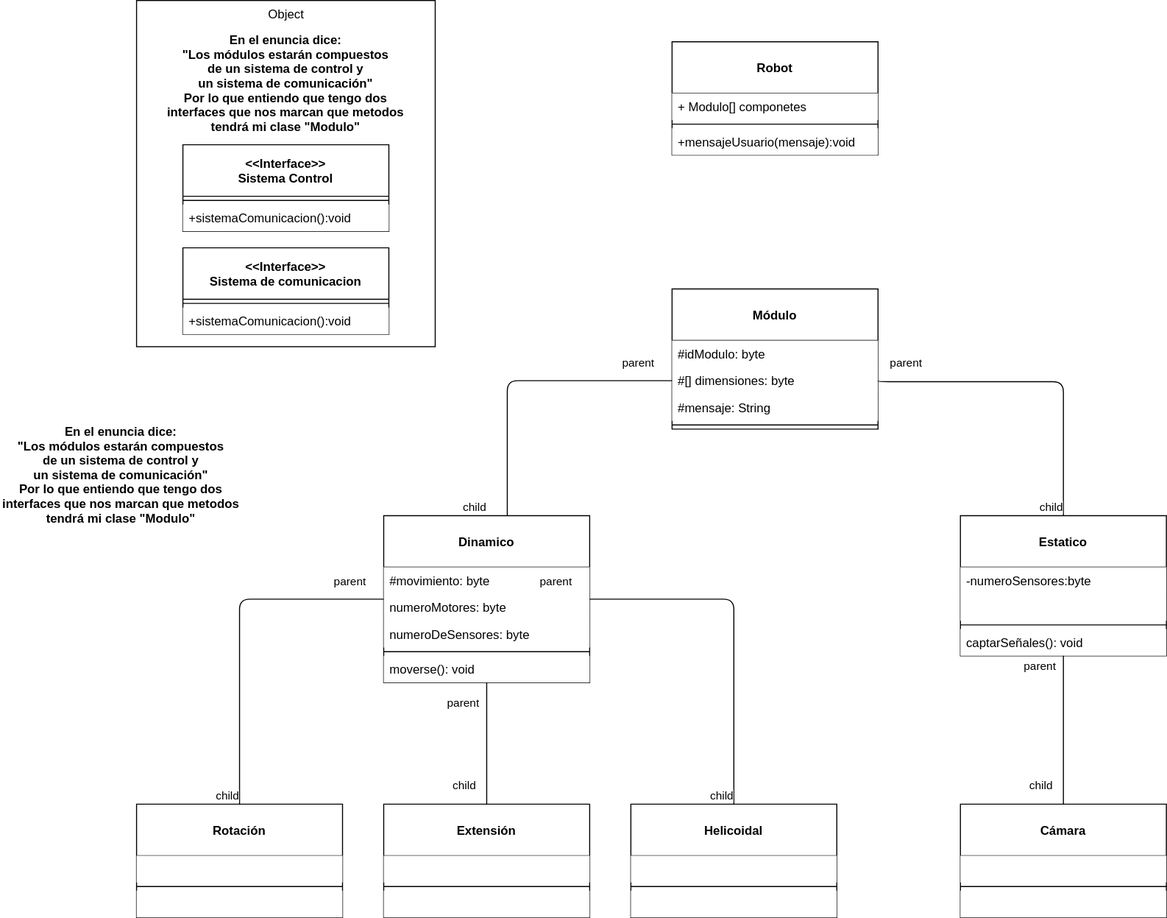
Earlier version of the draw.io export Diagramas UML/Ejercicio 4.drawio.svg (MateoCarballo/Ejercicios-Diagramas-AulaVirtual). Source tidied: cells renumbered, new cells last; positions are measured from the earlier drawing's top-left corner, leaving out a move shared by most shapes.
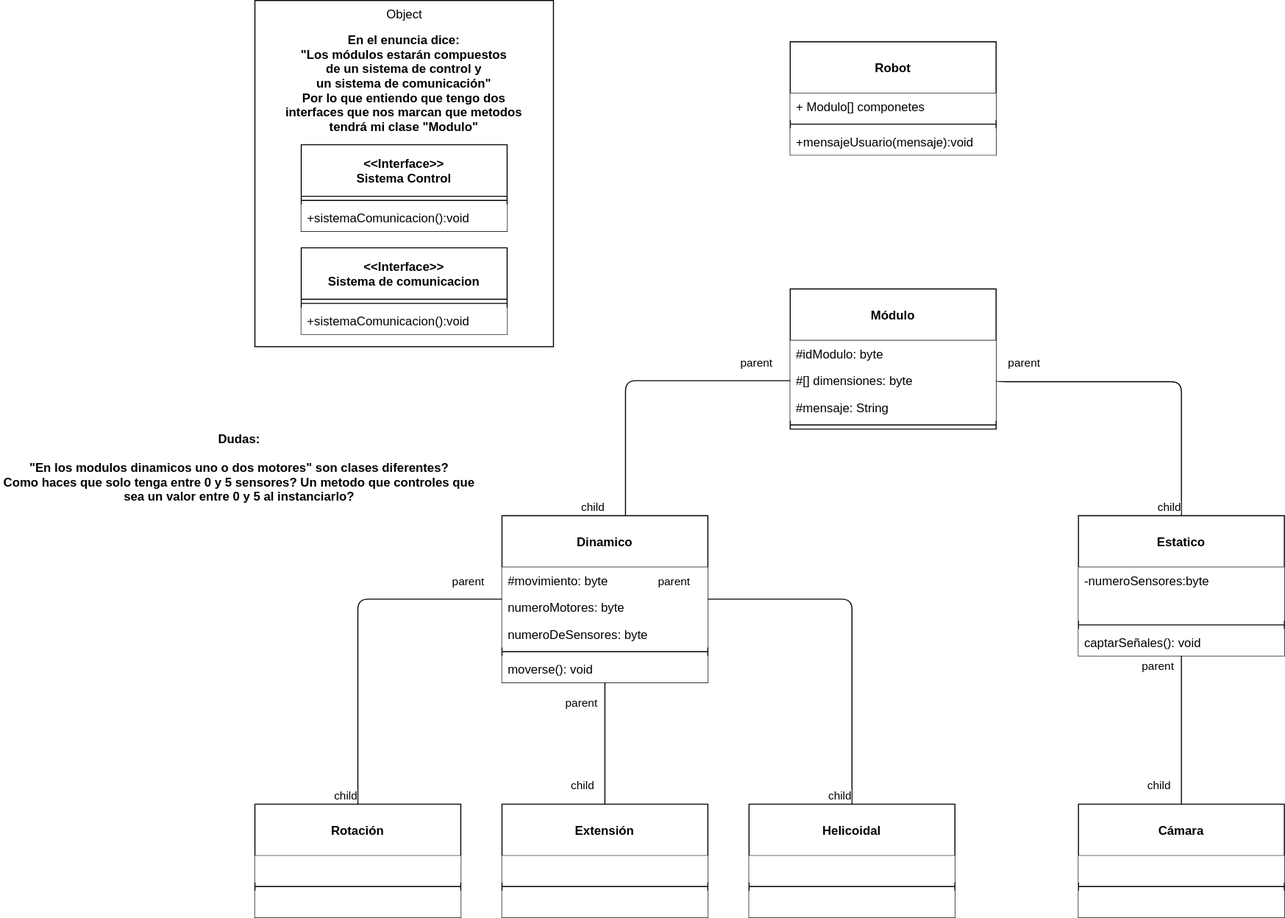
Later version of the same file.

What changed in the source:
```diff
@@ -228,7 +228,7 @@
     <mxCell id="63" value=" En el enuncia dice:&#10;&quot;Los módulos estarán compuestos&#10; de un sistema de control y&#10;un sistema de comunicación&quot;&#10;Por lo que entiendo que tengo dos&#10;interfaces que nos marcan que metodos&#10;tendrá mi clase &quot;Modulo&quot;" style="text;align=center;fontStyle=1;verticalAlign=middle;spacingLeft=3;spacingRight=3;strokeColor=none;labelBackgroundColor=#FFFFFF;fontSize=12;fontColor=#000000;fillColor=default;" parent="1" vertex="1">
       <mxGeometry x="160" y="70" width="190" height="20" as="geometry" />
     </mxCell>
-    <mxCell id="64" value=" En el enuncia dice:&#10;&quot;Los módulos estarán compuestos&#10; de un sistema de control y&#10;un sistema de comunicación&quot;&#10;Por lo que entiendo que tengo dos&#10;interfaces que nos marcan que metodos&#10;tendrá mi clase &quot;Modulo&quot;" style="text;align=center;fontStyle=1;verticalAlign=middle;spacingLeft=3;spacingRight=3;strokeColor=none;labelBackgroundColor=#FFFFFF;fontSize=12;fontColor=#000000;fillColor=default;" parent="1" vertex="1">
+    <mxCell id="64" value="Dudas:&#10;&#10;&quot;En los modulos dinamicos uno o dos motores&quot; son clases diferentes?&#10;Como haces que solo tenga entre 0 y 5 sensores? Un metodo que controles que &#10;sea un valor entre 0 y 5 al instanciarlo?&#10;" style="text;align=center;fontStyle=1;verticalAlign=middle;spacingLeft=3;spacingRight=3;strokeColor=none;labelBackgroundColor=#FFFFFF;fontSize=12;fontColor=#000000;fillColor=default;" parent="1" vertex="1">
       <mxGeometry y="450" width="190" height="20" as="geometry" />
     </mxCell>
   </root>
```
